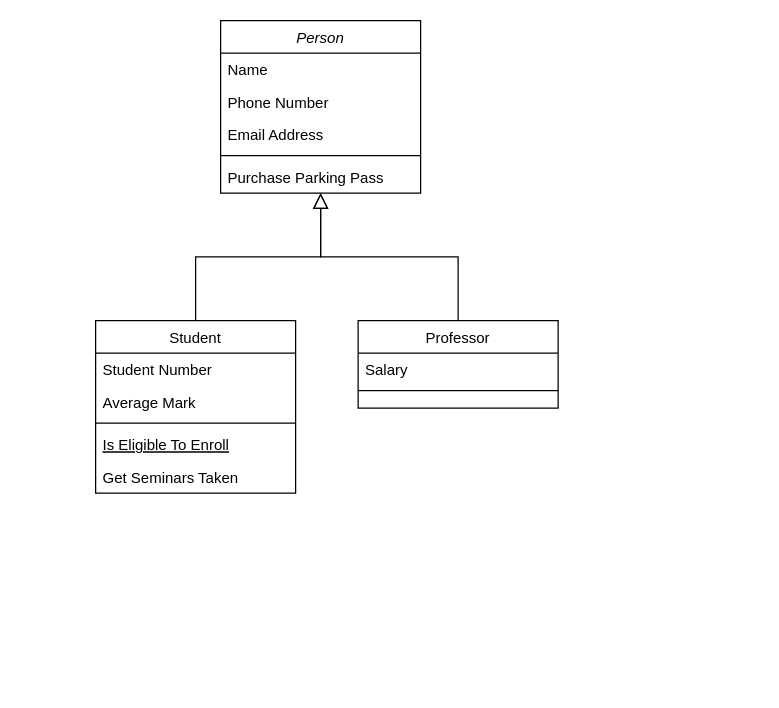
Earlier version of the draw.io diagram 字段范围.drawio (star212/doc). Source tidied: cells renumbered, new cells numbered last; positions are measured from the earlier drawing's top-left corner, leaving out a move shared by most shapes. Both pictures are drawn from the tidied source at 125%, with x=0, y=0 at pixel (95, 20).
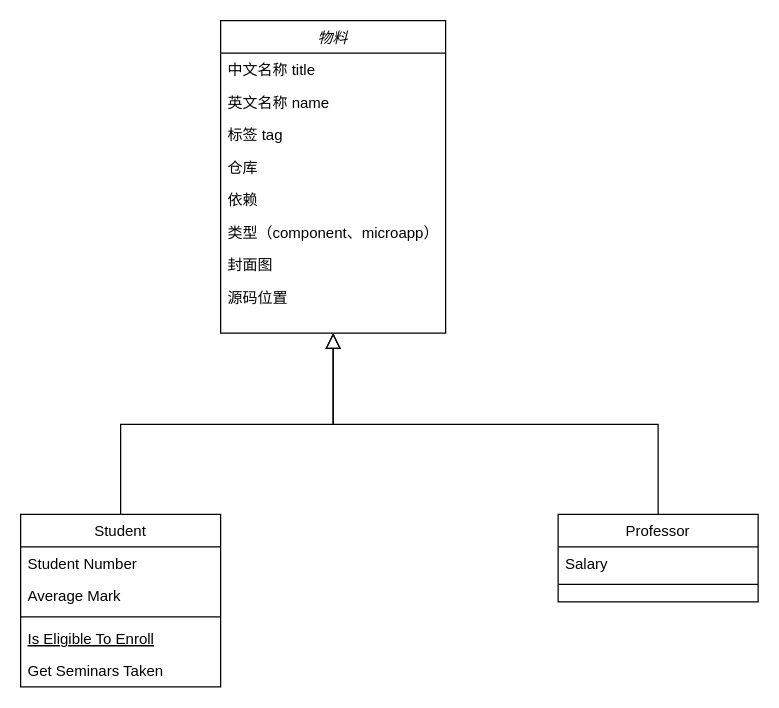
The same page after the edit.

Commit message:
物料字段补充

What changed in the source:
```diff
@@
-    <mxCell id="2" value="Person" style="swimlane;fontStyle=2;align=center;verticalAlign=top;horizontal=1;startSize=26;rounded=0;shadow=0;strokeWidth=1;" parent="1" vertex="1">
-      <mxGeometry x="100" width="160" height="138" as="geometry" />
+    <mxCell id="2" value="物料" style="swimlane;fontStyle=2;align=center;verticalAlign=top;horizontal=1;startSize=26;rounded=0;shadow=0;strokeWidth=1;" parent="1" vertex="1">
+      <mxGeometry x="100" width="180" height="250" as="geometry" />
     </mxCell>
-    <mxCell id="3" value="Name" style="text;align=left;verticalAlign=top;spacingLeft=4;spacingRight=4;overflow=hidden;" parent="2" vertex="1">
-      <mxGeometry y="26" width="160" height="26" as="geometry" />
+    <mxCell id="3" value="中文名称 title" style="text;align=left;verticalAlign=top;spacingLeft=4;spacingRight=4;overflow=hidden;" parent="2" vertex="1">
+      <mxGeometry y="26" width="180" height="26" as="geometry" />
     </mxCell>
-    <mxCell id="4" value="Phone Number" style="text;align=left;verticalAlign=top;spacingLeft=4;spacingRight=4;overflow=hidden;rounded=0;shadow=0;html=0;" parent="2" vertex="1">
-      <mxGeometry y="52" width="160" height="26" as="geometry" />
+    <mxCell id="4" value="英文名称 name" style="text;align=left;verticalAlign=top;spacingLeft=4;spacingRight=4;overflow=hidden;rounded=0;shadow=0;html=0;" parent="2" vertex="1">
+      <mxGeometry y="52" width="180" height="26" as="geometry" />
     </mxCell>
-    <mxCell id="5" value="Email Address" style="text;align=left;verticalAlign=top;spacingLeft=4;spacingRight=4;overflow=hidden;rounded=0;shadow=0;html=0;" parent="2" vertex="1">
-      <mxGeometry y="78" width="160" height="26" as="geometry" />
+    <mxCell id="5" value="标签 tag" style="text;align=left;verticalAlign=top;spacingLeft=4;spacingRight=4;overflow=hidden;rounded=0;shadow=0;html=0;" parent="2" vertex="1">
+      <mxGeometry y="78" width="180" height="26" as="geometry" />
     </mxCell>
-    <mxCell id="6" style="line;html=1;strokeWidth=1;align=left;verticalAlign=middle;spacingTop=-1;spacingLeft=3;spacingRight=3;labelPosition=right;" parent="2" vertex="1">
-      <mxGeometry y="104" width="160" height="8" as="geometry" />
-    </mxCell>
-    <mxCell id="7" value="Purchase Parking Pass" style="text;align=left;verticalAlign=top;spacingLeft=4;spacingRight=4;overflow=hidden;" parent="2" vertex="1">
-      <mxGeometry y="112" width="160" height="26" as="geometry" />
-    </mxCell>
+    <mxCell id="19" value="仓库" style="text;align=left;verticalAlign=top;spacingLeft=4;spacingRight=4;overflow=hidden;rounded=0;shadow=0;html=0;" parent="2" vertex="1">
+      <mxGeometry y="104" width="180" height="26" as="geometry" />
+    </mxCell>
+    <mxCell id="20" value="依赖" style="text;align=left;verticalAlign=top;spacingLeft=4;spacingRight=4;overflow=hidden;rounded=0;shadow=0;html=0;" parent="2" vertex="1">
+      <mxGeometry y="130" width="180" height="26" as="geometry" />
+    </mxCell>
+    <mxCell id="21" value="类型（component、microapp）" style="text;align=left;verticalAlign=top;spacingLeft=4;spacingRight=4;overflow=hidden;rounded=0;shadow=0;html=0;" parent="2" vertex="1">
+      <mxGeometry y="156" width="180" height="26" as="geometry" />
+    </mxCell>
+    <mxCell id="22" value="封面图" style="text;align=left;verticalAlign=top;spacingLeft=4;spacingRight=4;overflow=hidden;rounded=0;shadow=0;html=0;" parent="2" vertex="1">
+      <mxGeometry y="182" width="180" height="26" as="geometry" />
+    </mxCell>
+    <mxCell id="23" value="源码位置" style="text;align=left;verticalAlign=top;spacingLeft=4;spacingRight=4;overflow=hidden;rounded=0;shadow=0;html=0;" parent="2" vertex="1">
+      <mxGeometry y="208" width="180" height="26" as="geometry" />
+    </mxCell>
     <mxCell id="8" value="Student" style="swimlane;fontStyle=0;align=center;verticalAlign=top;horizontal=1;startSize=26;rounded=0;shadow=0;strokeWidth=1;" parent="1" vertex="1">
-      <mxGeometry y="240" width="160" height="138" as="geometry" />
+      <mxGeometry x="-60" y="395" width="160" height="138" as="geometry" />
     </mxCell>
@@
     <mxCell id="15" value="Professor" style="swimlane;fontStyle=0;align=center;verticalAlign=top;horizontal=1;startSize=26;rounded=0;shadow=0;strokeWidth=1;" parent="1" vertex="1">
-      <mxGeometry x="210" y="240" width="160" height="70" as="geometry" />
+      <mxGeometry x="370" y="395" width="160" height="70" as="geometry" />
     </mxCell>
```
